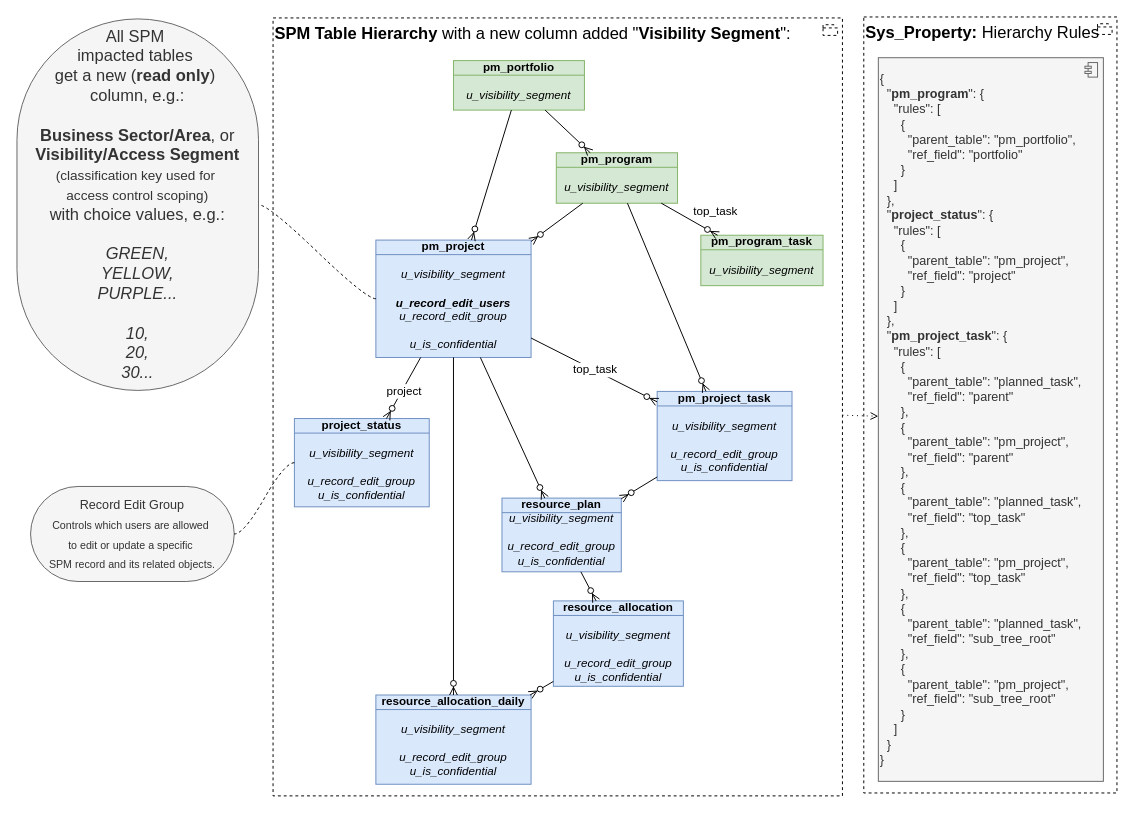
Earlier version of the draw.io diagram page "hier1" (4 of 21) of Sar.drawio (algimas/tmp). Source tidied: cells renumbered, new cells numbered last; positions are measured from the earlier drawing's top-left corner, leaving out a move shared by most shapes. Both pictures are drawn from the tidied source at 97%, with x=0, y=0 at pixel (16, 16).
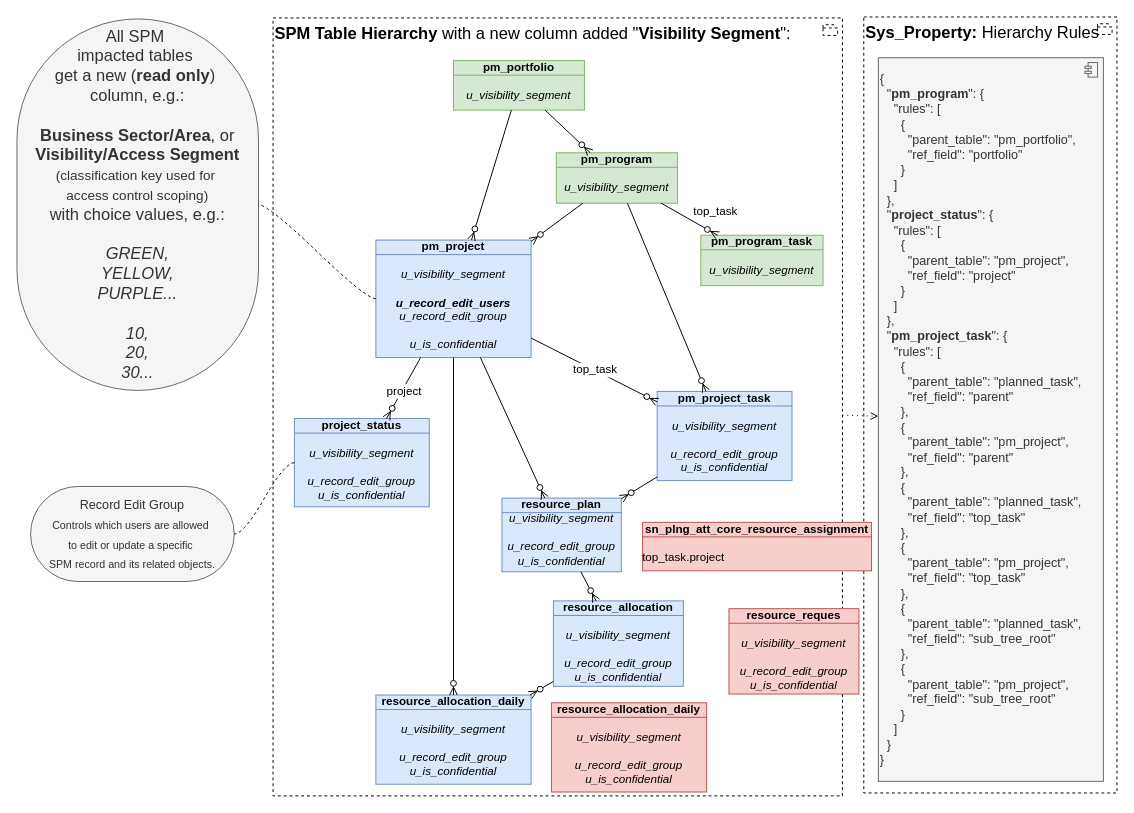
Above is the later version.

What changed in the source:
```diff
@@
+    <mxCell id="34" value="&lt;div&gt;resource_allocation_daily&lt;/div&gt;&lt;div&gt;&lt;br&gt;&lt;/div&gt;&lt;div align=&quot;left&quot;&gt;&lt;div align=&quot;center&quot;&gt;&lt;div&gt;&lt;i style=&quot;font-weight: normal;&quot;&gt;u_visibility_segment&lt;/i&gt;&lt;/div&gt;&lt;div&gt;&lt;span style=&quot;font-weight: normal;&quot;&gt;&lt;i&gt;&lt;br&gt;&lt;/i&gt;&lt;/span&gt;&lt;/div&gt;&lt;div&gt;&lt;span style=&quot;font-weight: normal;&quot;&gt;&lt;i&gt;u_&lt;/i&gt;&lt;i&gt;record&lt;/i&gt;&lt;i&gt;_edit_group&lt;/i&gt;&lt;/span&gt;&lt;div&gt;&lt;i style=&quot;font-weight: normal;&quot;&gt;u_is_confidential&lt;/i&gt;&lt;/div&gt;&lt;/div&gt;&lt;/div&gt;&lt;/div&gt;" style="html=1;whiteSpace=wrap;fillColor=#f8cecc;shape=mxgraph.archimate3.businessObject;overflow=fill;strokeColor=#b85450;fontStyle=1;" parent="1" vertex="1">
+      <mxGeometry x="551" y="707" width="160" height="92" as="geometry" />
+    </mxCell>
+    <mxCell id="35" value="&lt;div&gt;resource_reques&lt;/div&gt;&lt;div&gt;&lt;br&gt;&lt;/div&gt;&lt;div align=&quot;center&quot;&gt;&lt;div&gt;&lt;i style=&quot;font-weight: normal;&quot;&gt;u_visibility_segment&lt;/i&gt;&lt;/div&gt;&lt;div&gt;&lt;span style=&quot;font-weight: normal;&quot;&gt;&lt;i&gt;&lt;br&gt;&lt;/i&gt;&lt;/span&gt;&lt;/div&gt;&lt;div&gt;&lt;span style=&quot;font-weight: normal;&quot;&gt;&lt;i&gt;u_&lt;/i&gt;&lt;i&gt;record&lt;/i&gt;&lt;i&gt;_edit_group&lt;/i&gt;&lt;/span&gt;&lt;div&gt;&lt;i style=&quot;font-weight: normal;&quot;&gt;u_is_confidential&lt;/i&gt;&lt;/div&gt;&lt;/div&gt;&lt;/div&gt;" style="html=1;whiteSpace=wrap;fillColor=#f8cecc;shape=mxgraph.archimate3.businessObject;overflow=fill;strokeColor=#b85450;fontStyle=1;" parent="1" vertex="1">
+      <mxGeometry x="734" y="610" width="134" height="88" as="geometry" />
+    </mxCell>
+    <mxCell id="36" value="&lt;div&gt;sn_plng_att_core_resource_assignment&lt;/div&gt;&lt;div&gt;&lt;br&gt;&lt;/div&gt;&lt;div align=&quot;left&quot;&gt;&lt;span style=&quot;font-weight: normal;&quot;&gt;top_task.&lt;/span&gt;&lt;span style=&quot;font-weight: normal;&quot;&gt;project&lt;/span&gt;&lt;/div&gt;" style="html=1;whiteSpace=wrap;fillColor=#f8cecc;shape=mxgraph.archimate3.businessObject;overflow=fill;strokeColor=#b85450;fontStyle=1;" parent="1" vertex="1">
+      <mxGeometry x="645" y="521" width="236" height="50" as="geometry" />
+    </mxCell>
```
